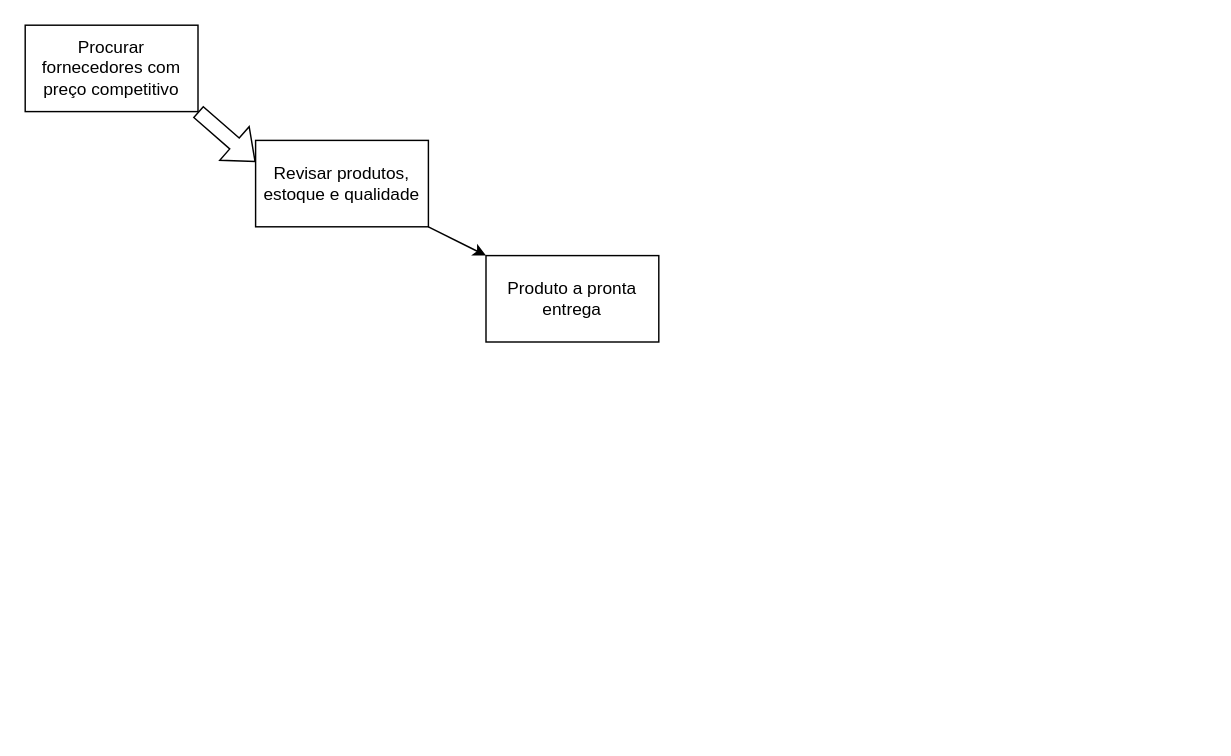
This is Untitled Diagram.drawio from MullerHub/BackEnd-Movie, a draw.io file, before an edit. Source tidied: cells renumbered, new cells numbered last; positions are measured from the earlier drawing's top-left corner, leaving out a move shared by most shapes. Both pictures are drawn from the tidied source at 144%, with x=0, y=0 at pixel (24, 24).
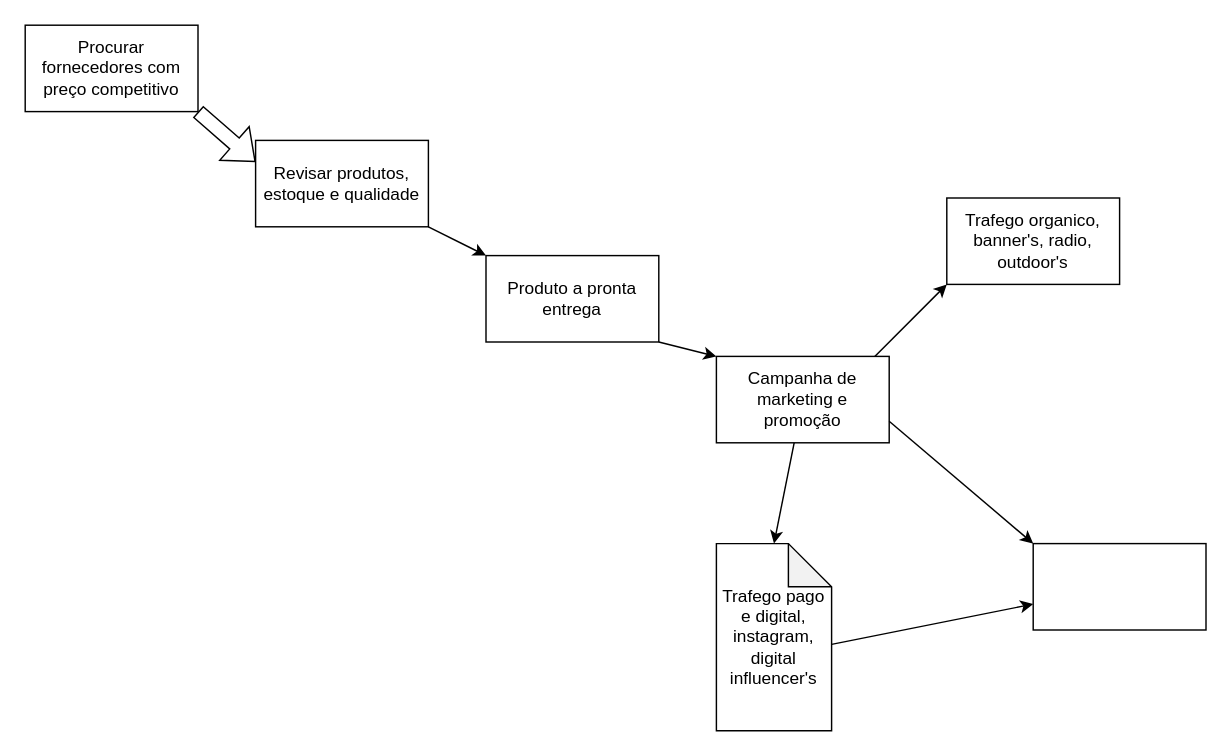
Above is the later version.

Diff of the diagram source:
```diff
@@
 <mxGraphModel>
   <root>
     <mxCell id="0" />
     <mxCell id="1" parent="0" />
     <mxCell id="2" value="Produto a pronta entrega" style="rounded=0;whiteSpace=wrap;html=1;" parent="1" vertex="1">
       <mxGeometry x="320" y="160" width="120" height="60" as="geometry" />
     </mxCell>
     <mxCell id="3" value="Procurar fornecedores com preço competitivo&lt;br&gt;" style="rounded=0;whiteSpace=wrap;html=1;" parent="1" vertex="1">
       <mxGeometry width="120" height="60" as="geometry" />
     </mxCell>
     <mxCell id="4" value="Revisar produtos, estoque e qualidade" style="rounded=0;whiteSpace=wrap;html=1;" parent="1" vertex="1">
       <mxGeometry x="160" y="80" width="120" height="60" as="geometry" />
     </mxCell>
     <mxCell id="5" style="shape=flexArrow;endArrow=classic;html=1;rounded=0;entryX=0;entryY=0.25;entryDx=0;entryDy=0;exitX=1;exitY=1;exitDx=0;exitDy=0;" parent="1" edge="1" source="3" target="4">
       <mxGeometry relative="1" as="geometry" />
     </mxCell>
     <mxCell id="6" style="endArrow=classic;html=1;rounded=0;entryX=0;entryY=0;entryDx=0;entryDy=0;exitX=1;exitY=1;exitDx=0;exitDy=0;" parent="1" edge="1" source="4" target="2">
       <mxGeometry relative="1" as="geometry" />
     </mxCell>
+    <mxCell id="7" style="rounded=0;whiteSpace=wrap;html=1;" parent="1" vertex="1">
+      <mxGeometry x="700" y="360" width="120" height="60" as="geometry" />
+    </mxCell>
+    <mxCell id="8" value="Campanha de marketing e promoção" style="rounded=0;whiteSpace=wrap;html=1;" parent="1" vertex="1">
+      <mxGeometry x="480" y="230" width="120" height="60" as="geometry" />
+    </mxCell>
+    <mxCell id="9" style="endArrow=classic;html=1;rounded=0;entryX=0;entryY=0;entryDx=0;entryDy=0;exitX=1;exitY=1;exitDx=0;exitDy=0;" parent="1" edge="1" source="2" target="8">
+      <mxGeometry relative="1" as="geometry" />
+    </mxCell>
+    <mxCell id="10" style="endArrow=classic;html=1;rounded=0;exitX=1;exitY=0.75;exitDx=0;exitDy=0;entryX=0;entryY=0;entryDx=0;entryDy=0;" parent="1" edge="1" source="8" target="7">
+      <mxGeometry relative="1" as="geometry" />
+    </mxCell>
+    <mxCell id="11" value="Trafego pago e digital, instagram, digital influencer's" style="shape=note;whiteSpace=wrap;html=1;backgroundOutline=1;darkOpacity=0.05;" parent="1" vertex="1">
+      <mxGeometry x="480" y="360" width="80" height="130" as="geometry" />
+    </mxCell>
+    <mxCell id="12" style="endArrow=classic;html=1;rounded=0;entryX=0.5;entryY=0;entryDx=0;entryDy=0;entryPerimeter=0;" parent="1" edge="1" source="8" target="11">
+      <mxGeometry relative="1" as="geometry" />
+    </mxCell>
+    <mxCell id="13" style="endArrow=classic;html=1;rounded=0;" parent="1" edge="1" target="7">
+      <mxGeometry relative="1" as="geometry">
+        <mxPoint x="560" y="430" as="sourcePoint" />
+      </mxGeometry>
+    </mxCell>
+    <mxCell id="14" style="endArrow=classic;html=1;rounded=0;" parent="1" edge="1">
+      <mxGeometry relative="1" as="geometry">
+        <mxPoint x="590" y="230" as="sourcePoint" />
+        <mxPoint x="640" y="180" as="targetPoint" />
+      </mxGeometry>
+    </mxCell>
+    <mxCell id="15" value="Trafego organico, banner's, radio, outdoor's" style="rounded=0;whiteSpace=wrap;html=1;" parent="1" vertex="1">
+      <mxGeometry x="640" y="120" width="120" height="60" as="geometry" />
+    </mxCell>
   </root>
 </mxGraphModel>
```
